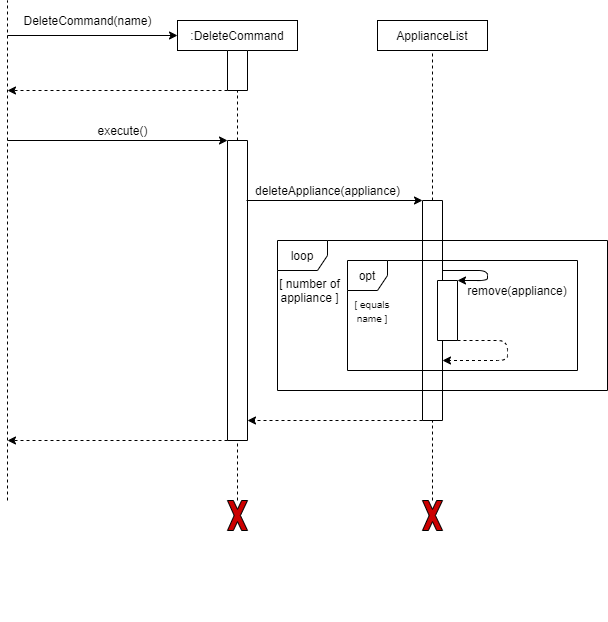
nus-cs2113-AY2021S1/tp keeps this draw.io diagram as docs/images/diagrams/Sequence_DeleteCommand.png. Above is the earlier version. Source tidied: cells renumbered, new cells last; positions are measured from the earlier drawing's top-left corner, leaving out a move shared by most shapes.
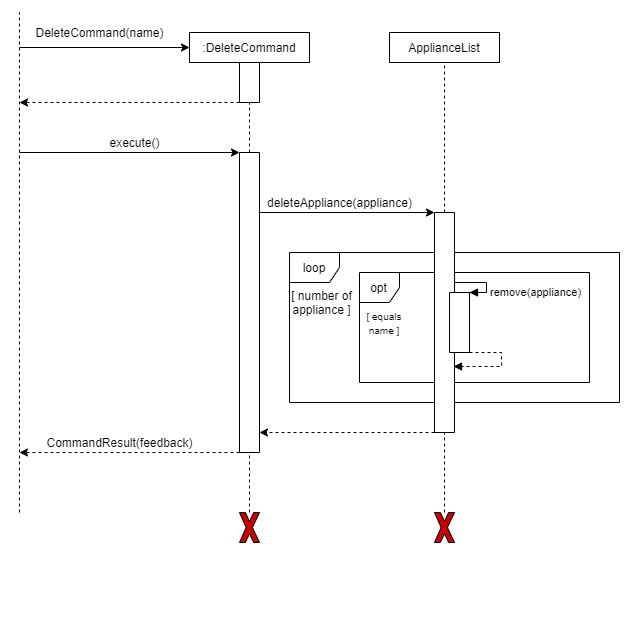
Above is the later version.

Diff of the diagram source:
```diff
@@ -2,6 +2,12 @@
   <root>
     <mxCell id="0" />
     <mxCell id="1" parent="0" />
+    <mxCell id="32" value="opt" style="shape=umlFrame;whiteSpace=wrap;html=1;width=40;height=30;" parent="1" vertex="1">
+      <mxGeometry x="340" y="260" width="230" height="110" as="geometry" />
+    </mxCell>
+    <mxCell id="33" value="loop" style="shape=umlFrame;whiteSpace=wrap;html=1;width=50;height=30;" parent="1" vertex="1">
+      <mxGeometry x="270" y="240" width="330" height="150" as="geometry" />
+    </mxCell>
     <mxCell id="2" style="endArrow=none;dashed=1;html=1;entryX=1;entryY=0.5;entryDx=0;entryDy=0;exitX=0;exitY=0.5;exitDx=0;exitDy=0;" parent="1" edge="1" source="5" target="20">
       <mxGeometry relative="1" as="geometry" />
     </mxCell>
@@ -96,38 +102,34 @@
     <mxCell id="26" style="rounded=0;whiteSpace=wrap;html=1;direction=south;" parent="1" vertex="1">
       <mxGeometry x="430" y="280" width="20" height="60" as="geometry" />
     </mxCell>
-    <mxCell id="27" style="edgeStyle=segmentEdgeStyle;endArrow=classic;html=1;entryX=0;entryY=0;entryDx=0;entryDy=0;" parent="1" edge="1" target="26">
-      <mxGeometry relative="1" as="geometry">
-        <mxPoint x="435" y="270" as="sourcePoint" />
-        <Array as="points">
-          <mxPoint x="480" y="270" />
-          <mxPoint x="480" y="280" />
-        </Array>
-      </mxGeometry>
-    </mxCell>
-    <mxCell id="28" style="edgeStyle=segmentEdgeStyle;endArrow=classic;html=1;exitX=1;exitY=0;exitDx=0;exitDy=0;dashed=1;" parent="1" edge="1" source="26">
-      <mxGeometry relative="1" as="geometry">
-        <mxPoint x="435" y="360" as="targetPoint" />
-        <Array as="points">
-          <mxPoint x="500" y="340" />
-          <mxPoint x="500" y="360" />
-        </Array>
-      </mxGeometry>
-    </mxCell>
     <mxCell id="29" value="[ number of appliance ]" style="text;html=1;strokeColor=none;fillColor=none;align=center;verticalAlign=middle;whiteSpace=wrap;rounded=0;" parent="1" vertex="1">
       <mxGeometry x="270" y="280" width="65" height="20" as="geometry" />
     </mxCell>
     <mxCell id="30" value="&lt;font style=&quot;font-size: 10px&quot;&gt;[ equals name ]&lt;/font&gt;" style="text;html=1;strokeColor=none;fillColor=none;align=center;verticalAlign=middle;whiteSpace=wrap;rounded=0;" parent="1" vertex="1">
       <mxGeometry x="335" y="300" width="60" height="20" as="geometry" />
     </mxCell>
-    <mxCell id="31" value="remove(appliance)" style="text;html=1;strokeColor=none;fillColor=none;align=center;verticalAlign=middle;whiteSpace=wrap;rounded=0;" parent="1" vertex="1">
-      <mxGeometry x="490" y="280" width="40" height="20" as="geometry" />
+    <mxCell id="31" value="&lt;font style=&quot;font-size: 11px&quot;&gt;remove(appliance)&lt;/font&gt;" style="edgeStyle=orthogonalEdgeStyle;html=1;align=left;spacingLeft=2;endArrow=block;rounded=0;fontSize=10;fontColor=#000000;exitX=0.952;exitY=0.074;exitDx=0;exitDy=0;exitPerimeter=0;" parent="1" edge="1">
+      <mxGeometry x="0.42" relative="1" as="geometry">
+        <mxPoint x="435" y="270" as="sourcePoint" />
+        <mxPoint x="450" y="280" as="targetPoint" />
+        <Array as="points">
+          <mxPoint x="467" y="270" />
+          <mxPoint x="467" y="280" />
+          <mxPoint x="450" y="280" />
+        </Array>
+      </mxGeometry>
     </mxCell>
-    <mxCell id="32" value="opt" style="shape=umlFrame;whiteSpace=wrap;html=1;width=40;height=30;" parent="1" vertex="1">
-      <mxGeometry x="340" y="260" width="230" height="110" as="geometry" />
-    </mxCell>
-    <mxCell id="33" value="loop" style="shape=umlFrame;whiteSpace=wrap;html=1;width=50;height=30;" parent="1" vertex="1">
-      <mxGeometry x="270" y="240" width="330" height="150" as="geometry" />
-    </mxCell>
+    <mxCell id="34" style="edgeStyle=orthogonalEdgeStyle;html=1;align=left;spacingLeft=2;endArrow=block;rounded=0;fontSize=10;fontColor=#000000;exitX=0.952;exitY=0.074;exitDx=0;exitDy=0;exitPerimeter=0;entryX=0.7;entryY=0.05;entryDx=0;entryDy=0;entryPerimeter=0;dashed=1;" parent="1" edge="1" target="17">
+      <mxGeometry relative="1" as="geometry">
+        <mxPoint x="450" y="340" as="sourcePoint" />
+        <Array as="points">
+          <mxPoint x="482" y="340" />
+          <mxPoint x="482" y="354" />
+        </Array>
+      </mxGeometry>
+    </mxCell>
+    <mxCell id="35" value="CommandResult(feedback)" style="text;html=1;align=center;verticalAlign=middle;" parent="1" vertex="1">
+      <mxGeometry x="20" y="420" width="160" height="20" as="geometry" />
+    </mxCell>
   </root>
 </mxGraphModel>
```
